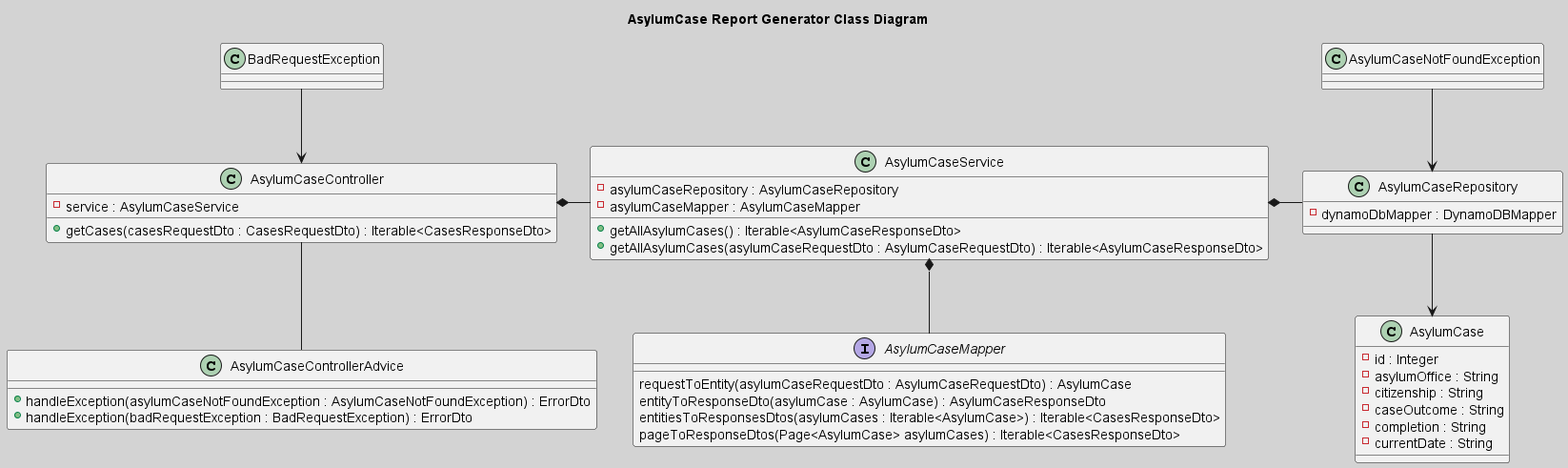
Above: documentation/images/RELEASE_1.5_CD.png in BloomTech-Labs/asylum-rg-be-a (PlantUML), before the change. The source it was exported from:
```plantuml
@startuml
title AsylumCase Report Generator Class Diagram
skinparam backgroundcolor lightgrey

class AsylumCaseController {
    - service : AsylumCaseService
    + getCases(casesRequestDto : CasesRequestDto) : Iterable<CasesResponseDto>
}

class AsylumCaseControllerAdvice {
    + handleException(asylumCaseNotFoundException : AsylumCaseNotFoundException) : ErrorDto
    + handleException(badRequestException : BadRequestException) : ErrorDto
}

class AsylumCaseService {
    - asylumCaseRepository : AsylumCaseRepository
    - asylumCaseMapper : AsylumCaseMapper
    + getAllAsylumCases() : Iterable<AsylumCaseResponseDto>
    + getAllAsylumCases(asylumCaseRequestDto : AsylumCaseRequestDto) : Iterable<AsylumCaseResponseDto>
}

class AsylumCaseRepository {
    - dynamoDbMapper : DynamoDBMapper
}

class AsylumCase {
    - id : Integer
    - asylumOffice : String
    - citizenship : String
    - caseOutcome : String
    - completion : String
    - currentDate : String
}

interface AsylumCaseMapper {
    requestToEntity(asylumCaseRequestDto : AsylumCaseRequestDto) : AsylumCase
    entityToResponseDto(asylumCase : AsylumCase) : AsylumCaseResponseDto
    entitiesToResponsesDtos(asylumCases : Iterable<AsylumCase>) : Iterable<CasesResponseDto>
    pageToResponseDtos(Page<AsylumCase> asylumCases) : Iterable<CasesResponseDto>
}

BadRequestException --> AsylumCaseController
AsylumCaseNotFoundException --> AsylumCaseRepository

AsylumCaseController *- AsylumCaseService
AsylumCaseController -- AsylumCaseControllerAdvice

AsylumCaseService *- AsylumCaseRepository
AsylumCaseService *-- AsylumCaseMapper

AsylumCaseRepository --> AsylumCase

@enduml
```
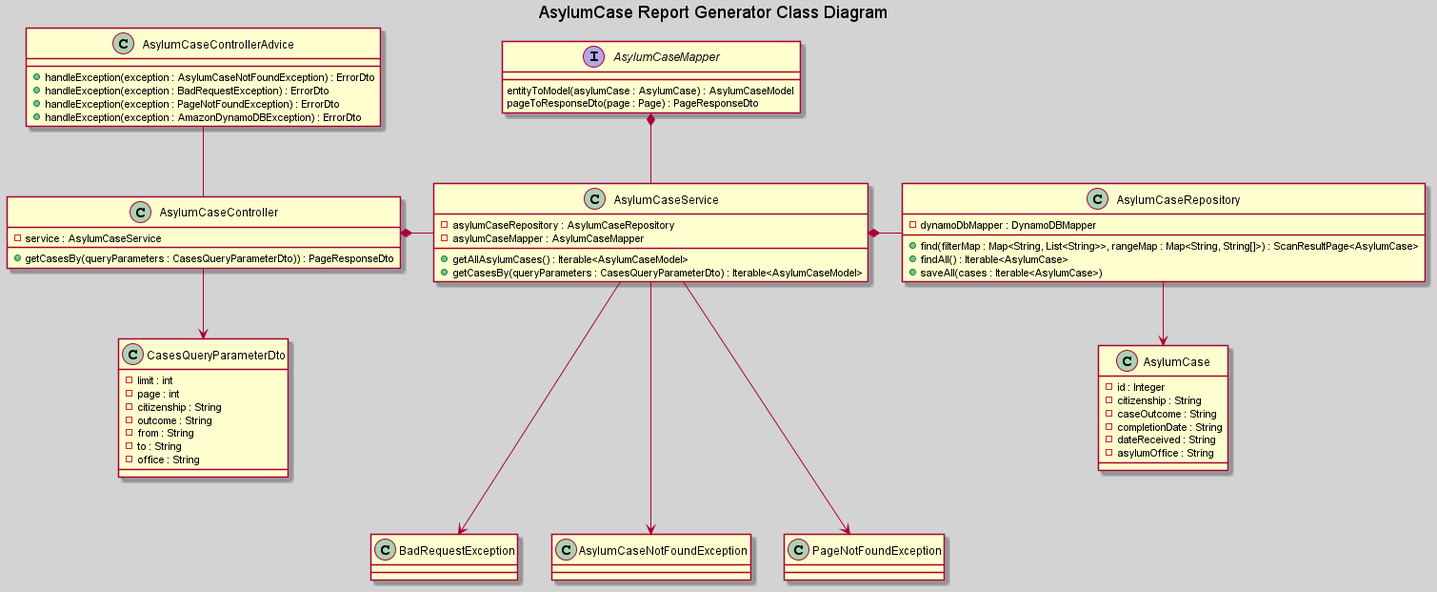
After the commit.

Commit message:
Created PNG Images for the Diagrams For Review.

Change to the diagram source:
```diff
@@ -4,50 +4,65 @@
 
 class AsylumCaseController {
     - service : AsylumCaseService
-    + getCases(casesRequestDto : CasesRequestDto) : Iterable<CasesResponseDto>
+    + getCasesBy(queryParameters : CasesQueryParameterDto)) : PageResponseDto
 }
 
 class AsylumCaseControllerAdvice {
-    + handleException(asylumCaseNotFoundException : AsylumCaseNotFoundException) : ErrorDto
-    + handleException(badRequestException : BadRequestException) : ErrorDto
+    + handleException(exception : AsylumCaseNotFoundException) : ErrorDto
+    + handleException(exception : BadRequestException) : ErrorDto
+    + handleException(exception : PageNotFoundException) : ErrorDto
+    + handleException(exception : AmazonDynamoDBException) : ErrorDto
 }
 
 class AsylumCaseService {
     - asylumCaseRepository : AsylumCaseRepository
     - asylumCaseMapper : AsylumCaseMapper
-    + getAllAsylumCases() : Iterable<AsylumCaseResponseDto>
-    + getAllAsylumCases(asylumCaseRequestDto : AsylumCaseRequestDto) : Iterable<AsylumCaseResponseDto>
+    + getAllAsylumCases() : Iterable<AsylumCaseModel>
+    + getCasesBy(queryParameters : CasesQueryParameterDto) : Iterable<AsylumCaseModel>
 }
 
 class AsylumCaseRepository {
     - dynamoDbMapper : DynamoDBMapper
+    + find(filterMap : Map<String, List<String>>, rangeMap : Map<String, String[]>) : ScanResultPage<AsylumCase>
+    + findAll() : Iterable<AsylumCase>
+    + saveAll(cases : Iterable<AsylumCase>)
 }
 
 class AsylumCase {
     - id : Integer
-    - asylumOffice : String
     - citizenship : String
     - caseOutcome : String
-    - completion : String
-    - currentDate : String
+    - completionDate : String
+    - dateReceived : String
+    - asylumOffice : String
+}
+
+class CasesQueryParameterDto {
+    - limit : int
+    - page : int
+    - citizenship : String
+    - outcome : String
+    - from : String
+    - to : String
+    - office : String
 }
 
 interface AsylumCaseMapper {
-    requestToEntity(asylumCaseRequestDto : AsylumCaseRequestDto) : AsylumCase
-    entityToResponseDto(asylumCase : AsylumCase) : AsylumCaseResponseDto
-    entitiesToResponsesDtos(asylumCases : Iterable<AsylumCase>) : Iterable<CasesResponseDto>
-    pageToResponseDtos(Page<AsylumCase> asylumCases) : Iterable<CasesResponseDto>
+    entityToModel(asylumCase : AsylumCase) : AsylumCaseModel
+    pageToResponseDto(page : Page) : PageResponseDto
 }
 
-BadRequestException --> AsylumCaseController
-AsylumCaseNotFoundException --> AsylumCaseRepository
+AsylumCaseService ---> BadRequestException
+AsylumCaseService ---> AsylumCaseNotFoundException
+AsylumCaseService ---> PageNotFoundException
 
 AsylumCaseController *- AsylumCaseService
-AsylumCaseController -- AsylumCaseControllerAdvice
+AsylumCaseControllerAdvice -- AsylumCaseController
 
 AsylumCaseService *- AsylumCaseRepository
-AsylumCaseService *-- AsylumCaseMapper
+AsylumCaseMapper *-- AsylumCaseService
 
 AsylumCaseRepository --> AsylumCase
+AsylumCaseController --> CasesQueryParameterDto
 
 @enduml
```
